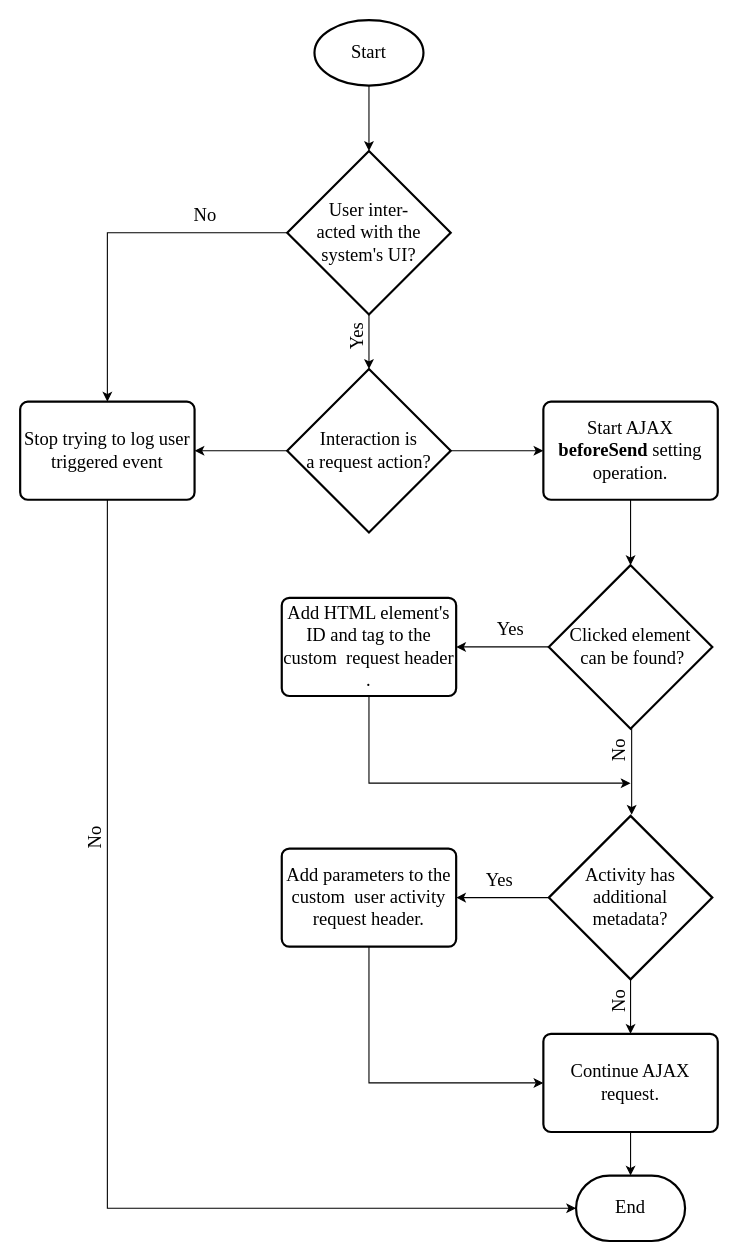
Above: img/Chapter2/client_functional_requirement_flow_diagram/client_functional_requirement_flow_diagram.drawio in CorrieScheepers/Masters (draw.io), before the change. Source tidied: cells renumbered, new cells numbered last; positions are measured from the earlier drawing's top-left corner, leaving out a move shared by most shapes. Both pictures are drawn from the tidied source at 109%, with x=0, y=0 at pixel (20, 20).
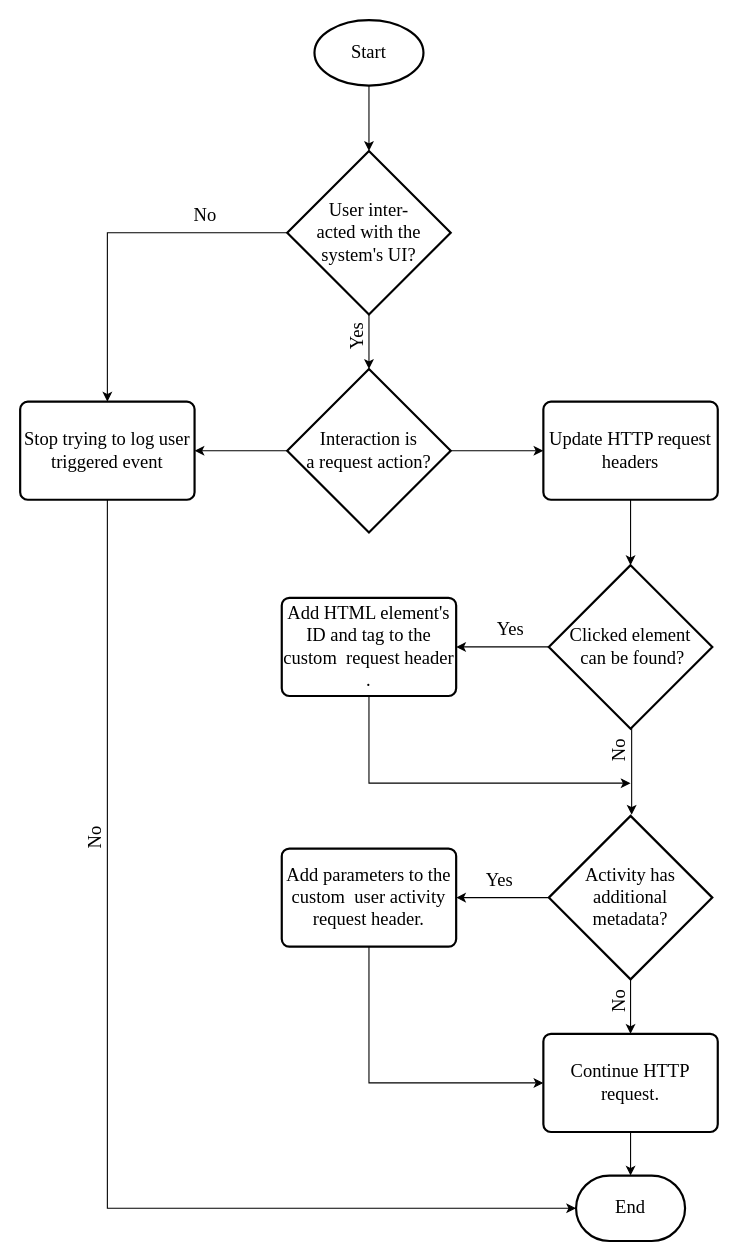
The same page after the edit.

What changed in the source:
```diff
@@
-    <mxCell id="13" value="Start AJAX &lt;b&gt;beforeSend &lt;/b&gt;setting operation." style="rounded=1;whiteSpace=wrap;html=1;absoluteArcSize=1;arcSize=14;strokeWidth=2;fontFamily=Times New Roman;fillColor=none;fontSize=17;" parent="1" vertex="1">
+    <mxCell id="13" value="Update HTTP request headers" style="rounded=1;whiteSpace=wrap;html=1;absoluteArcSize=1;arcSize=14;strokeWidth=2;fontFamily=Times New Roman;fillColor=none;fontSize=17;" parent="1" vertex="1">
       <mxGeometry x="480" y="350" width="160" height="90" as="geometry" />
     </mxCell>
@@
-    <mxCell id="27" value="Continue AJAX request." style="rounded=1;whiteSpace=wrap;html=1;absoluteArcSize=1;arcSize=14;strokeWidth=2;fontFamily=Times New Roman;fillColor=none;fontSize=17;" parent="1" vertex="1">
+    <mxCell id="27" value="Continue HTTP request." style="rounded=1;whiteSpace=wrap;html=1;absoluteArcSize=1;arcSize=14;strokeWidth=2;fontFamily=Times New Roman;fillColor=none;fontSize=17;" parent="1" vertex="1">
       <mxGeometry x="480" y="930" width="160" height="90" as="geometry" />
     </mxCell>
```
